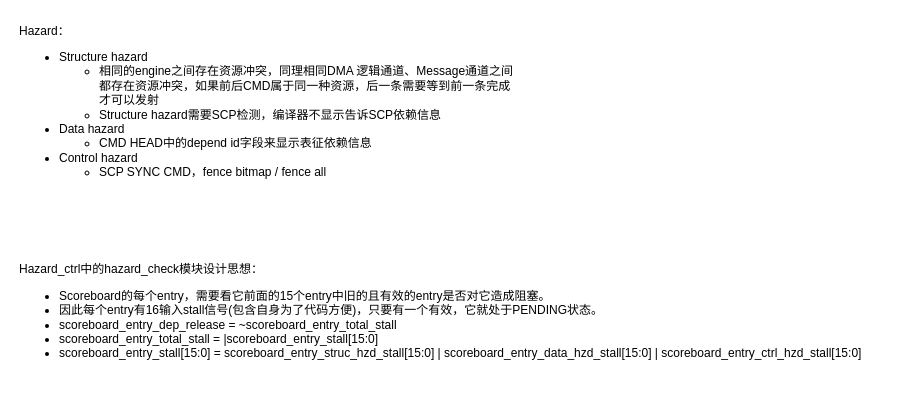
This is page "Hazard" (10 of 10) of SCP.drawio from HelmutXie/blake2, a draw.io file, before an edit. Source tidied: cells renumbered, new cells numbered last; positions are measured from the earlier drawing's top-left corner, leaving out a move shared by most shapes. Both pictures are drawn from the tidied source at 100%, with x=0, y=0 at pixel (17, 17).
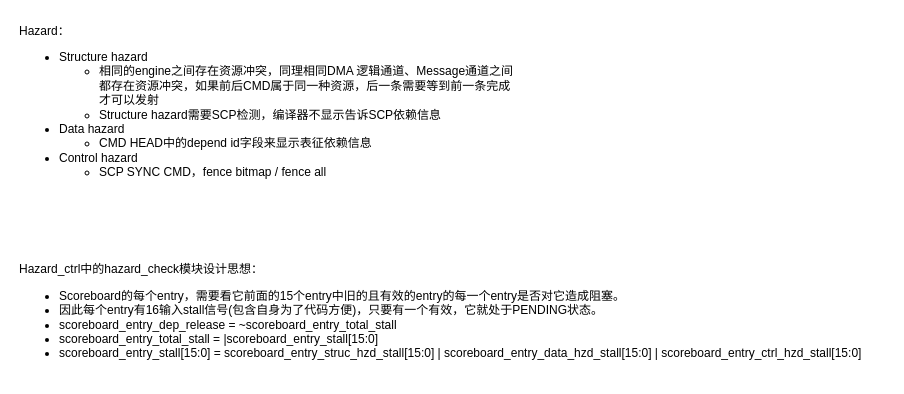
The same diagram, later.

Diff of the diagram source:
```diff
@@
 <mxGraphModel>
   <root>
     <mxCell id="0" />
     <mxCell id="1" parent="0" />
     <mxCell id="2" value="Hazard：&lt;br&gt;&lt;ul&gt;&lt;li&gt;Structure hazard&lt;/li&gt;&lt;ul&gt;&lt;li&gt;相同的engine之间存在资源冲突，同理相同DMA 逻辑通道、Message通道之间&lt;br&gt;都存在资源冲突，如果前后CMD属于同一种资源，后一条需要等到前一条完成&lt;br&gt;才可以发射&lt;/li&gt;&lt;li style=&quot;border-color: var(--border-color);&quot;&gt;Structure hazard需要SCP检测，编译器不显示告诉SCP依赖信息&lt;/li&gt;&lt;/ul&gt;&lt;li&gt;Data hazard&lt;br&gt;&lt;/li&gt;&lt;ul&gt;&lt;li&gt;CMD HEAD中的depend id字段来显示表征依赖信息&lt;/li&gt;&lt;/ul&gt;&lt;li&gt;Control hazard&lt;/li&gt;&lt;ul&gt;&lt;li&gt;SCP SYNC CMD，fence bitmap / fence all&lt;/li&gt;&lt;/ul&gt;&lt;/ul&gt;" style="text;html=1;align=left;verticalAlign=middle;strokeColor=none;fillColor=none;" parent="1" vertex="1">
       <mxGeometry width="520" height="180" as="geometry" />
     </mxCell>
-    <mxCell id="3" value="Hazard_ctrl中的hazard_check模块设计思想：&lt;br&gt;&lt;ul&gt;&lt;li&gt;Scoreboard的每个entry，需要看它前面的15个entry中旧的且有效的entry是否对它造成阻塞。&lt;/li&gt;&lt;li&gt;因此每个entry有16输入stall信号(包含自身为了代码方便)，只要有一个有效，它就处于PENDING状态。&lt;/li&gt;&lt;li&gt;scoreboard_entry_dep_release = ~scoreboard_entry_total_stall&lt;br&gt;&lt;/li&gt;&lt;li&gt;scoreboard_entry_total_stall = |scoreboard_entry_stall[15:0]&lt;/li&gt;&lt;li&gt;scoreboard_entry_stall[15:0] = scoreboard_entry_struc_hzd_stall[15:0] | scoreboard_entry_data_hzd_stall[15:0] | scoreboard_entry_ctrl_hzd_stall[15:0]&amp;nbsp;&lt;br&gt;&lt;/li&gt;&lt;/ul&gt;" style="text;html=1;align=left;verticalAlign=middle;strokeColor=none;fillColor=none;" parent="1" vertex="1">
+    <mxCell id="3" value="Hazard_ctrl中的hazard_check模块设计思想：&lt;br&gt;&lt;ul&gt;&lt;li&gt;Scoreboard的每个entry，需要看它前面的15个entry中旧的且有效的entry的每一个entry是否对它造成阻塞。&lt;/li&gt;&lt;li&gt;因此每个entry有16输入stall信号(包含自身为了代码方便)，只要有一个有效，它就处于PENDING状态。&lt;/li&gt;&lt;li&gt;scoreboard_entry_dep_release = ~scoreboard_entry_total_stall&lt;br&gt;&lt;/li&gt;&lt;li&gt;scoreboard_entry_total_stall = |scoreboard_entry_stall[15:0]&lt;/li&gt;&lt;li&gt;scoreboard_entry_stall[15:0] = scoreboard_entry_struc_hzd_stall[15:0] | scoreboard_entry_data_hzd_stall[15:0] | scoreboard_entry_ctrl_hzd_stall[15:0]&amp;nbsp;&lt;br&gt;&lt;/li&gt;&lt;/ul&gt;" style="text;html=1;align=left;verticalAlign=middle;strokeColor=none;fillColor=none;" parent="1" vertex="1">
       <mxGeometry y="240" width="870" height="120" as="geometry" />
     </mxCell>
   </root>
 </mxGraphModel>
```
